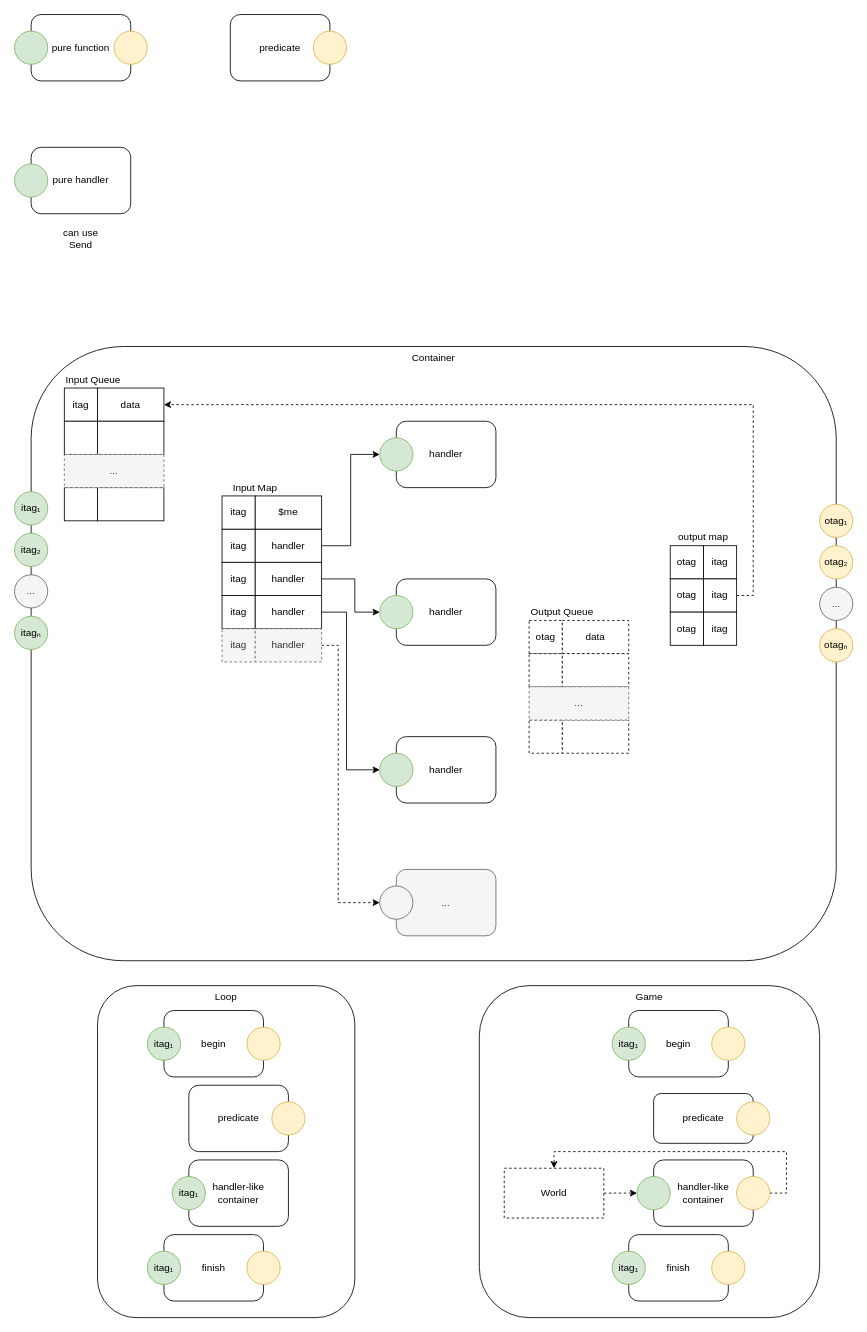
This is page "Atoms" (1 of 4) of eh.drawio from guitarvydas/duct, a draw.io file, before an edit. Source tidied: cells renumbered, new cells numbered last; positions are measured from the earlier drawing's top-left corner, leaving out a move shared by most shapes. Both pictures are drawn from the tidied source at 83%, with x=0, y=0 at pixel (14, 14).
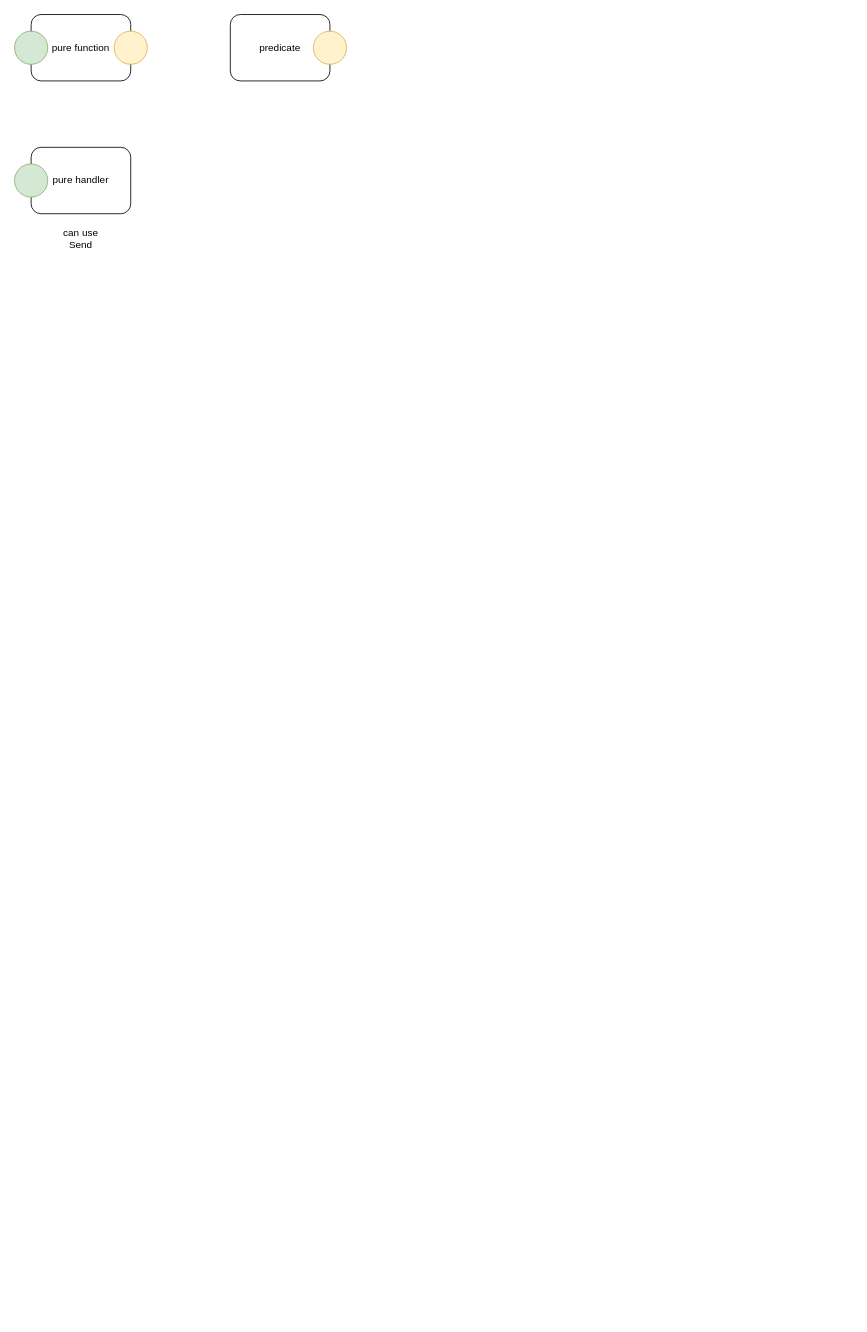
The same page after the edit.

Diff of the diagram source:
```diff
@@
-    <mxCell id="2" value="Loop" style="rounded=1;whiteSpace=wrap;html=1;verticalAlign=top;" parent="1" vertex="1">
-      <mxGeometry x="100" y="1170" width="310" height="400" as="geometry" />
-    </mxCell>
-    <mxCell id="3" value="handler-like&lt;br&gt;container" style="rounded=1;whiteSpace=wrap;html=1;" parent="1" vertex="1">
-      <mxGeometry x="210" y="1380" width="120" height="80" as="geometry" />
-    </mxCell>
@@
-    <mxCell id="10" value="Container" style="rounded=1;whiteSpace=wrap;html=1;verticalAlign=top;" parent="1" vertex="1">
-      <mxGeometry x="20" y="400" width="970" height="740" as="geometry" />
-    </mxCell>
-    <mxCell id="11" value="itag₁" style="ellipse;whiteSpace=wrap;html=1;fillColor=#d5e8d4;strokeColor=#82b366;" parent="1" vertex="1">
-      <mxGeometry y="575" width="40" height="40" as="geometry" />
-    </mxCell>
-    <mxCell id="12" value="itag₂" style="ellipse;whiteSpace=wrap;html=1;fillColor=#d5e8d4;strokeColor=#82b366;" parent="1" vertex="1">
-      <mxGeometry y="625" width="40" height="40" as="geometry" />
-    </mxCell>
-    <mxCell id="13" value="itagₙ" style="ellipse;whiteSpace=wrap;html=1;fillColor=#d5e8d4;strokeColor=#82b366;" parent="1" vertex="1">
-      <mxGeometry y="725" width="40" height="40" as="geometry" />
-    </mxCell>
-    <mxCell id="14" value="..." style="ellipse;whiteSpace=wrap;html=1;fillColor=#f5f5f5;strokeColor=#666666;fontColor=#333333;" parent="1" vertex="1">
-      <mxGeometry y="675" width="40" height="40" as="geometry" />
-    </mxCell>
-    <mxCell id="15" value="itag" style="rounded=0;whiteSpace=wrap;html=1;" parent="1" vertex="1">
-      <mxGeometry x="60" y="450" width="40" height="40" as="geometry" />
-    </mxCell>
-    <mxCell id="16" value="data" style="rounded=0;whiteSpace=wrap;html=1;" parent="1" vertex="1">
-      <mxGeometry x="100" y="450" width="80" height="40" as="geometry" />
-    </mxCell>
-    <mxCell id="17" style="rounded=0;whiteSpace=wrap;html=1;" parent="1" vertex="1">
-      <mxGeometry x="60" y="490" width="40" height="40" as="geometry" />
-    </mxCell>
-    <mxCell id="18" style="rounded=0;whiteSpace=wrap;html=1;" parent="1" vertex="1">
-      <mxGeometry x="100" y="490" width="80" height="40" as="geometry" />
-    </mxCell>
-    <mxCell id="19" style="rounded=0;whiteSpace=wrap;html=1;" parent="1" vertex="1">
-      <mxGeometry x="60" y="570" width="40" height="40" as="geometry" />
-    </mxCell>
-    <mxCell id="20" style="rounded=0;whiteSpace=wrap;html=1;" parent="1" vertex="1">
-      <mxGeometry x="100" y="570" width="80" height="40" as="geometry" />
-    </mxCell>
-    <mxCell id="21" value="..." style="rounded=0;whiteSpace=wrap;html=1;fillColor=#f5f5f5;strokeColor=#666666;fontColor=#333333;dashed=1;" parent="1" vertex="1">
-      <mxGeometry x="60" y="530" width="120" height="40" as="geometry" />
-    </mxCell>
-    <mxCell id="22" value="Input Queue" style="text;html=1;strokeColor=none;fillColor=none;align=center;verticalAlign=middle;whiteSpace=wrap;rounded=0;" parent="1" vertex="1">
-      <mxGeometry x="60" y="430" width="70" height="20" as="geometry" />
-    </mxCell>
-    <mxCell id="23" value="handler" style="rounded=1;whiteSpace=wrap;html=1;" parent="1" vertex="1">
-      <mxGeometry x="460" y="490" width="120" height="80" as="geometry" />
-    </mxCell>
-    <mxCell id="24" style="ellipse;whiteSpace=wrap;html=1;fillColor=#d5e8d4;strokeColor=#82b366;" parent="1" vertex="1">
-      <mxGeometry x="440" y="510" width="40" height="40" as="geometry" />
-    </mxCell>
-    <mxCell id="25" value="otag" style="rounded=0;whiteSpace=wrap;html=1;dashed=1;" parent="1" vertex="1">
-      <mxGeometry x="620" y="730" width="40" height="40" as="geometry" />
-    </mxCell>
-    <mxCell id="26" value="data" style="rounded=0;whiteSpace=wrap;html=1;dashed=1;" parent="1" vertex="1">
-      <mxGeometry x="660" y="730" width="80" height="40" as="geometry" />
-    </mxCell>
-    <mxCell id="27" style="rounded=0;whiteSpace=wrap;html=1;dashed=1;" parent="1" vertex="1">
-      <mxGeometry x="620" y="770" width="40" height="40" as="geometry" />
-    </mxCell>
-    <mxCell id="28" style="rounded=0;whiteSpace=wrap;html=1;dashed=1;" parent="1" vertex="1">
-      <mxGeometry x="660" y="770" width="80" height="40" as="geometry" />
-    </mxCell>
-    <mxCell id="29" style="rounded=0;whiteSpace=wrap;html=1;dashed=1;" parent="1" vertex="1">
-      <mxGeometry x="620" y="850" width="40" height="40" as="geometry" />
-    </mxCell>
-    <mxCell id="30" style="rounded=0;whiteSpace=wrap;html=1;dashed=1;" parent="1" vertex="1">
-      <mxGeometry x="660" y="850" width="80" height="40" as="geometry" />
-    </mxCell>
-    <mxCell id="31" value="..." style="rounded=0;whiteSpace=wrap;html=1;fillColor=#f5f5f5;strokeColor=#666666;fontColor=#333333;dashed=1;" parent="1" vertex="1">
-      <mxGeometry x="620" y="810" width="120" height="40" as="geometry" />
-    </mxCell>
-    <mxCell id="32" value="Output Queue" style="text;html=1;strokeColor=none;fillColor=none;align=center;verticalAlign=middle;whiteSpace=wrap;rounded=0;" parent="1" vertex="1">
-      <mxGeometry x="620" y="710" width="80" height="20" as="geometry" />
-    </mxCell>
-    <mxCell id="33" value="handler" style="rounded=1;whiteSpace=wrap;html=1;" parent="1" vertex="1">
-      <mxGeometry x="460" y="680" width="120" height="80" as="geometry" />
-    </mxCell>
-    <mxCell id="34" style="ellipse;whiteSpace=wrap;html=1;fillColor=#d5e8d4;strokeColor=#82b366;" parent="1" vertex="1">
-      <mxGeometry x="440" y="700" width="40" height="40" as="geometry" />
-    </mxCell>
-    <mxCell id="35" value="handler" style="rounded=1;whiteSpace=wrap;html=1;" parent="1" vertex="1">
-      <mxGeometry x="460" y="870" width="120" height="80" as="geometry" />
-    </mxCell>
-    <mxCell id="36" style="ellipse;whiteSpace=wrap;html=1;fillColor=#d5e8d4;strokeColor=#82b366;" parent="1" vertex="1">
-      <mxGeometry x="440" y="890" width="40" height="40" as="geometry" />
-    </mxCell>
@@
-    <mxCell id="39" value="itag" style="rounded=0;whiteSpace=wrap;html=1;" parent="1" vertex="1">
-      <mxGeometry x="250" y="620" width="40" height="40" as="geometry" />
-    </mxCell>
-    <mxCell id="40" style="edgeStyle=orthogonalEdgeStyle;rounded=0;jettySize=auto;html=1;exitX=1;exitY=0.5;exitDx=0;exitDy=0;entryX=0;entryY=0.5;entryDx=0;entryDy=0;" parent="1" edge="1" source="41" target="24">
-      <mxGeometry relative="1" as="geometry" />
-    </mxCell>
-    <mxCell id="41" value="handler" style="rounded=0;whiteSpace=wrap;html=1;" parent="1" vertex="1">
-      <mxGeometry x="290" y="620" width="80" height="40" as="geometry" />
-    </mxCell>
-    <mxCell id="42" value="itag" style="rounded=0;whiteSpace=wrap;html=1;" parent="1" vertex="1">
-      <mxGeometry x="250" y="660" width="40" height="40" as="geometry" />
-    </mxCell>
-    <mxCell id="43" style="edgeStyle=orthogonalEdgeStyle;rounded=0;jettySize=auto;html=1;exitX=1;exitY=0.5;exitDx=0;exitDy=0;" parent="1" edge="1" source="44" target="34">
-      <mxGeometry relative="1" as="geometry">
-        <Array as="points">
-          <mxPoint x="410" y="680" />
-          <mxPoint x="410" y="720" />
-        </Array>
-      </mxGeometry>
-    </mxCell>
-    <mxCell id="44" value="handler" style="rounded=0;whiteSpace=wrap;html=1;" parent="1" vertex="1">
-      <mxGeometry x="290" y="660" width="80" height="40" as="geometry" />
-    </mxCell>
-    <mxCell id="45" value="itag" style="rounded=0;whiteSpace=wrap;html=1;" parent="1" vertex="1">
-      <mxGeometry x="250" y="700" width="40" height="40" as="geometry" />
-    </mxCell>
-    <mxCell id="46" style="edgeStyle=orthogonalEdgeStyle;rounded=0;jettySize=auto;html=1;exitX=1;exitY=0.5;exitDx=0;exitDy=0;entryX=0;entryY=0.5;entryDx=0;entryDy=0;" parent="1" edge="1" source="47" target="36">
-      <mxGeometry relative="1" as="geometry">
-        <Array as="points">
-          <mxPoint x="400" y="720" />
-          <mxPoint x="400" y="910" />
-        </Array>
-      </mxGeometry>
-    </mxCell>
-    <mxCell id="47" value="handler" style="rounded=0;whiteSpace=wrap;html=1;" parent="1" vertex="1">
-      <mxGeometry x="290" y="700" width="80" height="40" as="geometry" />
-    </mxCell>
-    <mxCell id="48" value="Input Map" style="text;html=1;strokeColor=none;fillColor=none;align=center;verticalAlign=middle;whiteSpace=wrap;rounded=0;" parent="1" vertex="1">
-      <mxGeometry x="250" y="560" width="80" height="20" as="geometry" />
-    </mxCell>
-    <mxCell id="49" value="otag" style="rounded=0;whiteSpace=wrap;html=1;" parent="1" vertex="1">
-      <mxGeometry x="790" y="640" width="40" height="40" as="geometry" />
-    </mxCell>
-    <mxCell id="50" value="otag" style="rounded=0;whiteSpace=wrap;html=1;" parent="1" vertex="1">
-      <mxGeometry x="790" y="680" width="40" height="40" as="geometry" />
-    </mxCell>
-    <mxCell id="51" value="otag" style="rounded=0;whiteSpace=wrap;html=1;" parent="1" vertex="1">
-      <mxGeometry x="790" y="720" width="40" height="40" as="geometry" />
-    </mxCell>
-    <mxCell id="52" value="output map" style="text;html=1;strokeColor=none;fillColor=none;align=center;verticalAlign=middle;whiteSpace=wrap;rounded=0;" parent="1" vertex="1">
-      <mxGeometry x="790" y="620" width="80" height="20" as="geometry" />
-    </mxCell>
-    <mxCell id="53" value="itag" style="rounded=0;whiteSpace=wrap;html=1;" parent="1" vertex="1">
-      <mxGeometry x="830" y="640" width="40" height="40" as="geometry" />
-    </mxCell>
-    <mxCell id="54" style="edgeStyle=orthogonalEdgeStyle;rounded=0;jettySize=auto;html=1;exitX=1;exitY=0.5;exitDx=0;exitDy=0;entryX=1;entryY=0.5;entryDx=0;entryDy=0;dashed=1;" parent="1" edge="1" source="55" target="16">
-      <mxGeometry relative="1" as="geometry" />
-    </mxCell>
-    <mxCell id="55" value="itag" style="rounded=0;whiteSpace=wrap;html=1;" parent="1" vertex="1">
-      <mxGeometry x="830" y="680" width="40" height="40" as="geometry" />
-    </mxCell>
-    <mxCell id="56" value="itag" style="rounded=0;whiteSpace=wrap;html=1;" parent="1" vertex="1">
-      <mxGeometry x="830" y="720" width="40" height="40" as="geometry" />
-    </mxCell>
-    <mxCell id="57" value="..." style="rounded=1;whiteSpace=wrap;html=1;fillColor=#f5f5f5;strokeColor=#666666;fontColor=#333333;" parent="1" vertex="1">
-      <mxGeometry x="460" y="1030" width="120" height="80" as="geometry" />
-    </mxCell>
-    <mxCell id="58" style="ellipse;whiteSpace=wrap;html=1;fillColor=#f5f5f5;strokeColor=#666666;fontColor=#333333;" parent="1" vertex="1">
-      <mxGeometry x="440" y="1050" width="40" height="40" as="geometry" />
-    </mxCell>
-    <mxCell id="59" value="itag" style="rounded=0;whiteSpace=wrap;html=1;dashed=1;fillColor=#f5f5f5;strokeColor=#666666;fontColor=#333333;" parent="1" vertex="1">
-      <mxGeometry x="250" y="740" width="40" height="40" as="geometry" />
-    </mxCell>
-    <mxCell id="60" style="edgeStyle=orthogonalEdgeStyle;rounded=0;jettySize=auto;html=1;exitX=1;exitY=0.5;exitDx=0;exitDy=0;dashed=1;entryX=0;entryY=0.5;entryDx=0;entryDy=0;" parent="1" edge="1" source="61" target="58">
-      <mxGeometry relative="1" as="geometry">
-        <Array as="points">
-          <mxPoint x="390" y="760" />
-          <mxPoint x="390" y="1070" />
-        </Array>
-      </mxGeometry>
-    </mxCell>
-    <mxCell id="61" value="handler" style="rounded=0;whiteSpace=wrap;html=1;dashed=1;fillColor=#f5f5f5;strokeColor=#666666;fontColor=#333333;" parent="1" vertex="1">
-      <mxGeometry x="290" y="740" width="80" height="40" as="geometry" />
-    </mxCell>
-    <mxCell id="62" value="predicate" style="rounded=1;whiteSpace=wrap;html=1;" parent="1" vertex="1">
-      <mxGeometry x="210" y="1290" width="120" height="80" as="geometry" />
-    </mxCell>
-    <mxCell id="63" style="ellipse;whiteSpace=wrap;html=1;fillColor=#fff2cc;strokeColor=#d6b656;" parent="1" vertex="1">
-      <mxGeometry x="310" y="1310" width="40" height="40" as="geometry" />
-    </mxCell>
-    <mxCell id="64" value="otag₁" style="ellipse;whiteSpace=wrap;html=1;fillColor=#fff2cc;strokeColor=#d6b656;" parent="1" vertex="1">
-      <mxGeometry x="970" y="590" width="40" height="40" as="geometry" />
-    </mxCell>
-    <mxCell id="65" value="otag₂" style="ellipse;whiteSpace=wrap;html=1;fillColor=#fff2cc;strokeColor=#d6b656;" parent="1" vertex="1">
-      <mxGeometry x="970" y="640" width="40" height="40" as="geometry" />
-    </mxCell>
-    <mxCell id="66" value="otagₙ" style="ellipse;whiteSpace=wrap;html=1;fillColor=#fff2cc;strokeColor=#d6b656;" parent="1" vertex="1">
-      <mxGeometry x="970" y="740" width="40" height="40" as="geometry" />
-    </mxCell>
-    <mxCell id="67" value="..." style="ellipse;whiteSpace=wrap;html=1;fillColor=#f5f5f5;strokeColor=#666666;fontColor=#333333;" parent="1" vertex="1">
-      <mxGeometry x="970" y="690" width="40" height="40" as="geometry" />
-    </mxCell>
-    <mxCell id="68" value="itag" style="rounded=0;whiteSpace=wrap;html=1;" parent="1" vertex="1">
-      <mxGeometry x="250" y="580" width="40" height="40" as="geometry" />
-    </mxCell>
-    <mxCell id="69" value="$me" style="rounded=0;whiteSpace=wrap;html=1;" parent="1" vertex="1">
-      <mxGeometry x="290" y="580" width="80" height="40" as="geometry" />
-    </mxCell>
-    <mxCell id="70" value="itag₁" style="ellipse;whiteSpace=wrap;html=1;fillColor=#d5e8d4;strokeColor=#82b366;" parent="1" vertex="1">
-      <mxGeometry x="190" y="1400" width="40" height="40" as="geometry" />
-    </mxCell>
-    <mxCell id="71" value="begin" style="rounded=1;whiteSpace=wrap;html=1;" parent="1" vertex="1">
-      <mxGeometry x="180" y="1200" width="120" height="80" as="geometry" />
-    </mxCell>
-    <mxCell id="72" style="ellipse;whiteSpace=wrap;html=1;fillColor=#fff2cc;strokeColor=#d6b656;" parent="1" vertex="1">
-      <mxGeometry x="280" y="1220" width="40" height="40" as="geometry" />
-    </mxCell>
-    <mxCell id="73" value="itag₁" style="ellipse;whiteSpace=wrap;html=1;fillColor=#d5e8d4;strokeColor=#82b366;" parent="1" vertex="1">
-      <mxGeometry x="160" y="1220" width="40" height="40" as="geometry" />
-    </mxCell>
-    <mxCell id="74" value="finish" style="rounded=1;whiteSpace=wrap;html=1;" parent="1" vertex="1">
-      <mxGeometry x="180" y="1470" width="120" height="80" as="geometry" />
-    </mxCell>
-    <mxCell id="75" style="ellipse;whiteSpace=wrap;html=1;fillColor=#fff2cc;strokeColor=#d6b656;" parent="1" vertex="1">
-      <mxGeometry x="280" y="1490" width="40" height="40" as="geometry" />
-    </mxCell>
-    <mxCell id="76" value="itag₁" style="ellipse;whiteSpace=wrap;html=1;fillColor=#d5e8d4;strokeColor=#82b366;" parent="1" vertex="1">
-      <mxGeometry x="160" y="1490" width="40" height="40" as="geometry" />
-    </mxCell>
-    <mxCell id="77" value="Game" style="rounded=1;whiteSpace=wrap;html=1;verticalAlign=top;" parent="1" vertex="1">
-      <mxGeometry x="560" y="1170" width="410" height="400" as="geometry" />
-    </mxCell>
-    <mxCell id="78" value="handler-like&lt;br&gt;container" style="rounded=1;whiteSpace=wrap;html=1;" parent="1" vertex="1">
-      <mxGeometry x="770" y="1380" width="120" height="80" as="geometry" />
-    </mxCell>
-    <mxCell id="79" value="predicate" style="rounded=1;whiteSpace=wrap;html=1;" parent="1" vertex="1">
-      <mxGeometry x="770" y="1300" width="120" height="60" as="geometry" />
-    </mxCell>
-    <mxCell id="80" style="ellipse;whiteSpace=wrap;html=1;fillColor=#fff2cc;strokeColor=#d6b656;" parent="1" vertex="1">
-      <mxGeometry x="870" y="1310" width="40" height="40" as="geometry" />
-    </mxCell>
-    <mxCell id="81" style="ellipse;whiteSpace=wrap;html=1;fillColor=#d5e8d4;strokeColor=#82b366;" parent="1" vertex="1">
-      <mxGeometry x="750" y="1400" width="40" height="40" as="geometry" />
-    </mxCell>
-    <mxCell id="82" value="begin" style="rounded=1;whiteSpace=wrap;html=1;" parent="1" vertex="1">
-      <mxGeometry x="740" y="1200" width="120" height="80" as="geometry" />
-    </mxCell>
-    <mxCell id="83" style="ellipse;whiteSpace=wrap;html=1;fillColor=#fff2cc;strokeColor=#d6b656;" parent="1" vertex="1">
-      <mxGeometry x="840" y="1220" width="40" height="40" as="geometry" />
-    </mxCell>
-    <mxCell id="84" value="itag₁" style="ellipse;whiteSpace=wrap;html=1;fillColor=#d5e8d4;strokeColor=#82b366;" parent="1" vertex="1">
-      <mxGeometry x="720" y="1220" width="40" height="40" as="geometry" />
-    </mxCell>
-    <mxCell id="85" value="finish" style="rounded=1;whiteSpace=wrap;html=1;" parent="1" vertex="1">
-      <mxGeometry x="740" y="1470" width="120" height="80" as="geometry" />
-    </mxCell>
-    <mxCell id="86" style="ellipse;whiteSpace=wrap;html=1;fillColor=#fff2cc;strokeColor=#d6b656;" parent="1" vertex="1">
-      <mxGeometry x="840" y="1490" width="40" height="40" as="geometry" />
-    </mxCell>
-    <mxCell id="87" value="itag₁" style="ellipse;whiteSpace=wrap;html=1;fillColor=#d5e8d4;strokeColor=#82b366;" parent="1" vertex="1">
-      <mxGeometry x="720" y="1490" width="40" height="40" as="geometry" />
-    </mxCell>
-    <mxCell id="88" style="edgeStyle=orthogonalEdgeStyle;rounded=0;jettySize=auto;html=1;exitX=1;exitY=0.5;exitDx=0;exitDy=0;entryX=0.5;entryY=0;entryDx=0;entryDy=0;dashed=1;" parent="1" edge="1" source="89" target="91">
-      <mxGeometry relative="1" as="geometry">
-        <Array as="points">
-          <mxPoint x="930" y="1420" />
-          <mxPoint x="930" y="1370" />
-          <mxPoint x="650" y="1370" />
-        </Array>
-      </mxGeometry>
-    </mxCell>
-    <mxCell id="89" style="ellipse;whiteSpace=wrap;html=1;fillColor=#fff2cc;strokeColor=#d6b656;" parent="1" vertex="1">
-      <mxGeometry x="870" y="1400" width="40" height="40" as="geometry" />
-    </mxCell>
-    <mxCell id="90" style="edgeStyle=orthogonalEdgeStyle;rounded=0;jettySize=auto;html=1;exitX=1;exitY=0.5;exitDx=0;exitDy=0;entryX=0;entryY=0.5;entryDx=0;entryDy=0;dashed=1;" parent="1" edge="1" source="91" target="81">
-      <mxGeometry relative="1" as="geometry" />
-    </mxCell>
-    <mxCell id="91" value="World" style="rounded=0;whiteSpace=wrap;html=1;dashed=1;" parent="1" vertex="1">
-      <mxGeometry x="590" y="1390" width="120" height="60" as="geometry" />
-    </mxCell>
```
